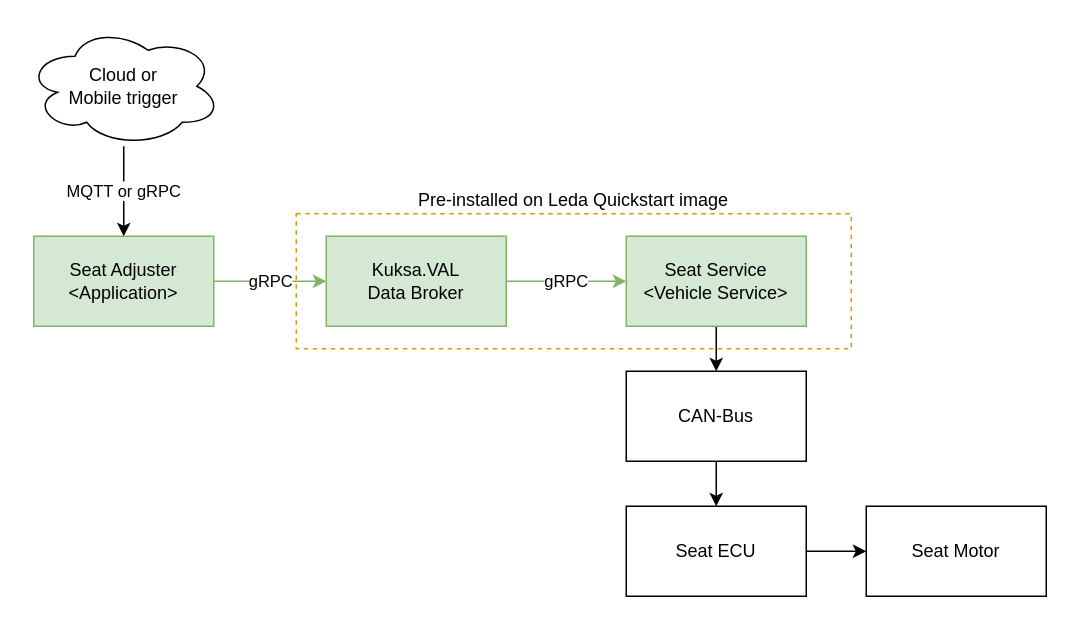
Above: content/en/docs/app-deployment/seat-adjuster/seatadjuster.drawio in eclipse-leda/leda (draw.io), before the change. Source tidied: cells renumbered, new cells numbered last; positions are measured from the earlier drawing's top-left corner, leaving out a move shared by most shapes. Both pictures are drawn from the tidied source at 150%, with x=0, y=0 at pixel (26, 26).
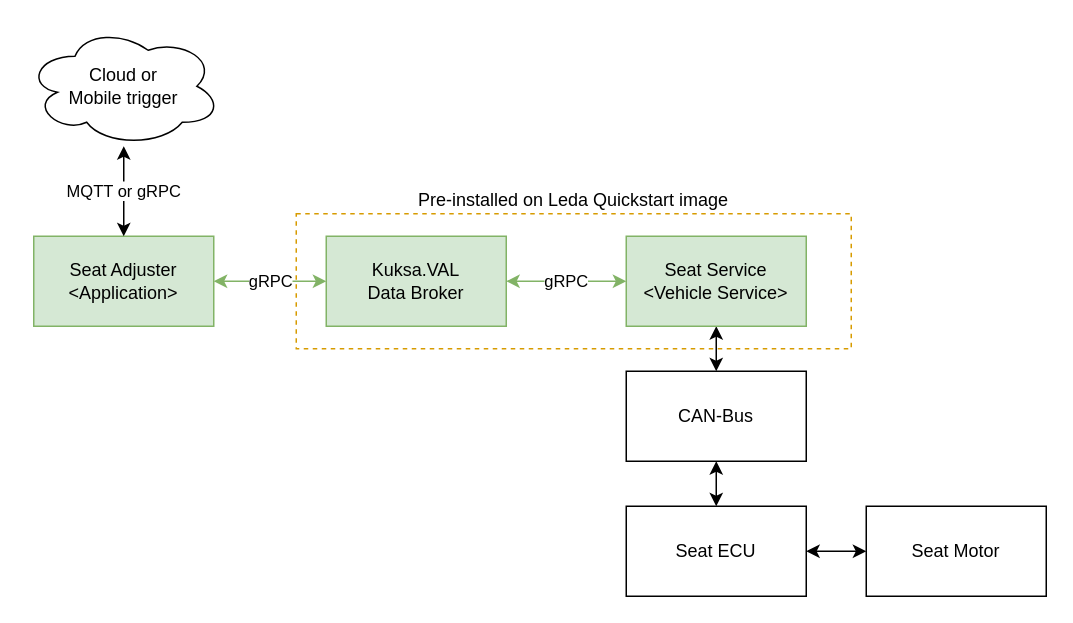
The same diagram, later.

Diff of the diagram source:
```diff
@@
 <mxGraphModel>
   <root>
     <mxCell id="0" />
     <mxCell id="1" parent="0" />
-    <mxCell id="2" value="gRPC" style="edgeStyle=none;html=1;fillColor=#d5e8d4;strokeColor=#82b366;" parent="1" edge="1" source="3" target="11">
+    <mxCell id="2" value="gRPC" style="edgeStyle=none;html=1;fillColor=#d5e8d4;strokeColor=#82b366;startArrow=classic;startFill=1;" parent="1" edge="1" source="3" target="11">
       <mxGeometry relative="1" as="geometry" />
     </mxCell>
     <mxCell id="3" value="Seat Adjuster&lt;br&gt;&amp;lt;Application&amp;gt;" style="rounded=0;whiteSpace=wrap;html=1;fillColor=#d5e8d4;strokeColor=#82b366;" parent="1" vertex="1">
       <mxGeometry x="5" y="140" width="120" height="60" as="geometry" />
     </mxCell>
-    <mxCell id="4" style="edgeStyle=none;html=1;" parent="1" edge="1" source="5" target="7">
+    <mxCell id="4" style="edgeStyle=none;html=1;startArrow=classic;startFill=1;" parent="1" edge="1" source="5" target="7">
       <mxGeometry relative="1" as="geometry" />
     </mxCell>
     <mxCell id="5" value="Seat Service&lt;br&gt;&amp;lt;Vehicle Service&amp;gt;" style="rounded=0;whiteSpace=wrap;html=1;fillColor=#d5e8d4;strokeColor=#82b366;" parent="1" vertex="1">
       <mxGeometry x="400" y="140" width="120" height="60" as="geometry" />
     </mxCell>
-    <mxCell id="6" style="edgeStyle=none;html=1;" parent="1" edge="1" source="7" target="9">
+    <mxCell id="6" style="edgeStyle=none;html=1;startArrow=classic;startFill=1;" parent="1" edge="1" source="7" target="9">
       <mxGeometry relative="1" as="geometry" />
     </mxCell>
     <mxCell id="7" value="CAN-Bus" style="rounded=0;whiteSpace=wrap;html=1;" parent="1" vertex="1">
       <mxGeometry x="400" y="230" width="120" height="60" as="geometry" />
     </mxCell>
-    <mxCell id="8" style="edgeStyle=none;html=1;" parent="1" edge="1" source="9" target="14">
+    <mxCell id="8" style="edgeStyle=none;html=1;startArrow=classic;startFill=1;" parent="1" edge="1" source="9" target="14">
       <mxGeometry relative="1" as="geometry" />
     </mxCell>
     <mxCell id="9" value="Seat ECU" style="rounded=0;whiteSpace=wrap;html=1;" parent="1" vertex="1">
       <mxGeometry x="400" y="320" width="120" height="60" as="geometry" />
     </mxCell>
-    <mxCell id="10" value="gRPC" style="edgeStyle=none;html=1;fillColor=#d5e8d4;strokeColor=#82b366;" parent="1" edge="1" source="11" target="5">
+    <mxCell id="10" value="gRPC" style="edgeStyle=none;html=1;fillColor=#d5e8d4;strokeColor=#82b366;startArrow=classic;startFill=1;" parent="1" edge="1" source="11" target="5">
       <mxGeometry relative="1" as="geometry" />
     </mxCell>
     <mxCell id="11" value="Kuksa.VAL&lt;br&gt;Data Broker" style="rounded=0;whiteSpace=wrap;html=1;fillColor=#d5e8d4;strokeColor=#82b366;" parent="1" vertex="1">
       <mxGeometry x="200" y="140" width="120" height="60" as="geometry" />
     </mxCell>
-    <mxCell id="12" value="MQTT or gRPC" style="edgeStyle=none;html=1;" parent="1" edge="1" source="13" target="3">
+    <mxCell id="12" value="MQTT or gRPC" style="edgeStyle=none;html=1;startArrow=classic;startFill=1;" parent="1" edge="1" source="13" target="3">
       <mxGeometry relative="1" as="geometry" />
     </mxCell>
     <mxCell id="13" value="Cloud or&lt;br&gt;Mobile trigger" style="ellipse;shape=cloud;whiteSpace=wrap;html=1;" parent="1" vertex="1">
       <mxGeometry width="130" height="80" as="geometry" />
     </mxCell>
     <mxCell id="14" value="Seat Motor" style="rounded=0;whiteSpace=wrap;html=1;" parent="1" vertex="1">
       <mxGeometry x="560" y="320" width="120" height="60" as="geometry" />
     </mxCell>
     <mxCell id="15" value="Pre-installed on Leda Quickstart image" style="rounded=0;whiteSpace=wrap;html=1;fillColor=none;strokeColor=#d79b00;dashed=1;labelPosition=center;verticalLabelPosition=top;align=center;verticalAlign=bottom;" parent="1" vertex="1">
       <mxGeometry x="180" y="125" width="370" height="90" as="geometry" />
     </mxCell>
   </root>
 </mxGraphModel>
```
